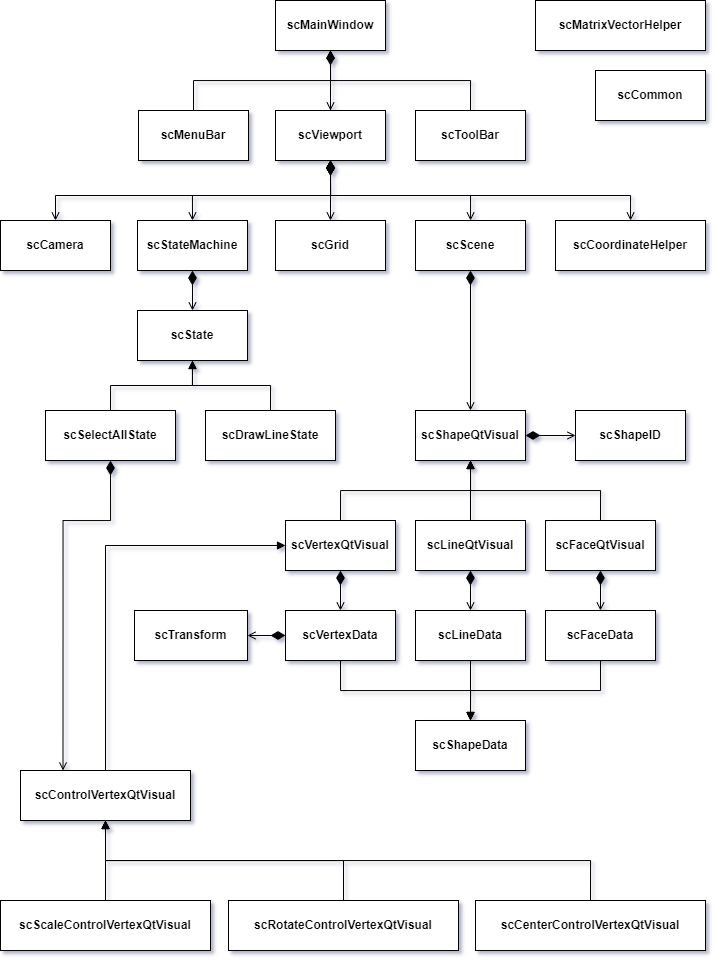
This is img/docs/scSimple2DCADClassDiagram.png from jakelee-zemotion/Simple2DCAD, a draw.io export, as it was before one commit. Source tidied: cells renumbered, new cells last; positions are measured from the earlier drawing's top-left corner, leaving out a move shared by most shapes. Its diagram source:
```xml
<mxGraphModel>
  <root>
    <mxCell id="0" />
    <mxCell id="1" parent="0" />
    <mxCell id="2" style="edgeStyle=orthogonalEdgeStyle;rounded=0;jettySize=auto;html=1;" parent="1" edge="1" source="8" target="10">
      <mxGeometry relative="1" as="geometry" />
    </mxCell>
    <mxCell id="3" style="edgeStyle=orthogonalEdgeStyle;rounded=0;jettySize=auto;html=1;exitX=0.5;exitY=1;exitDx=0;exitDy=0;entryX=0.5;entryY=0;entryDx=0;entryDy=0;endArrow=open;endFill=0;startArrow=diamondThin;startFill=1;endSize=6;startSize=12;" parent="1" edge="1" source="8" target="21">
      <mxGeometry relative="1" as="geometry" />
    </mxCell>
    <mxCell id="4" style="edgeStyle=orthogonalEdgeStyle;rounded=0;jettySize=auto;html=1;exitX=0.5;exitY=1;exitDx=0;exitDy=0;endArrow=open;endFill=0;startArrow=diamondThin;startFill=1;endSize=6;startSize=12;" parent="1" edge="1" source="8" target="20">
      <mxGeometry relative="1" as="geometry" />
    </mxCell>
    <mxCell id="5" style="edgeStyle=orthogonalEdgeStyle;rounded=0;jettySize=auto;html=1;exitX=0.5;exitY=1;exitDx=0;exitDy=0;endArrow=open;endFill=0;startArrow=diamondThin;startFill=1;endSize=6;startSize=12;" parent="1" edge="1" source="8" target="18">
      <mxGeometry relative="1" as="geometry" />
    </mxCell>
    <mxCell id="6" style="edgeStyle=orthogonalEdgeStyle;rounded=0;jettySize=auto;html=1;exitX=0.5;exitY=1;exitDx=0;exitDy=0;entryX=0.5;entryY=0;entryDx=0;entryDy=0;endArrow=open;endFill=0;startArrow=diamondThin;startFill=1;endSize=6;startSize=12;" parent="1" edge="1" source="8" target="17">
      <mxGeometry relative="1" as="geometry" />
    </mxCell>
    <mxCell id="7" style="edgeStyle=orthogonalEdgeStyle;rounded=0;jettySize=auto;html=1;exitX=0.5;exitY=1;exitDx=0;exitDy=0;entryX=0.5;entryY=0;entryDx=0;entryDy=0;endArrow=open;endFill=0;startArrow=diamondThin;startFill=1;endSize=6;startSize=12;" parent="1" edge="1" source="8" target="15">
      <mxGeometry relative="1" as="geometry" />
    </mxCell>
    <mxCell id="8" value="&lt;b&gt;scViewport&lt;/b&gt;" style="html=1;whiteSpace=wrap;" parent="1" vertex="1">
      <mxGeometry x="275" y="110" width="110" height="50" as="geometry" />
    </mxCell>
    <mxCell id="9" style="edgeStyle=orthogonalEdgeStyle;rounded=0;jettySize=auto;html=1;exitX=0.5;exitY=1;exitDx=0;exitDy=0;entryX=0.5;entryY=0;entryDx=0;entryDy=0;endArrow=open;endFill=0;startArrow=diamondThin;startFill=1;endSize=6;startSize=12;" parent="1" edge="1" source="10" target="8">
      <mxGeometry relative="1" as="geometry" />
    </mxCell>
    <mxCell id="10" value="&lt;b&gt;scMainWindow&lt;br&gt;&lt;/b&gt;" style="html=1;whiteSpace=wrap;" parent="1" vertex="1">
      <mxGeometry x="275" width="110" height="50" as="geometry" />
    </mxCell>
    <mxCell id="11" style="edgeStyle=orthogonalEdgeStyle;rounded=0;jettySize=auto;html=1;exitX=0.5;exitY=0;exitDx=0;exitDy=0;entryX=0.5;entryY=1;entryDx=0;entryDy=0;" parent="1" edge="1" source="12" target="10">
      <mxGeometry relative="1" as="geometry" />
    </mxCell>
    <mxCell id="12" value="&lt;b&gt;scMenuBar&lt;br&gt;&lt;/b&gt;" style="html=1;whiteSpace=wrap;" parent="1" vertex="1">
      <mxGeometry x="138" y="110" width="110" height="50" as="geometry" />
    </mxCell>
    <mxCell id="13" style="edgeStyle=orthogonalEdgeStyle;rounded=0;jettySize=auto;html=1;exitX=0.5;exitY=0;exitDx=0;exitDy=0;entryX=0.5;entryY=1;entryDx=0;entryDy=0;" parent="1" edge="1" source="14" target="10">
      <mxGeometry relative="1" as="geometry" />
    </mxCell>
    <mxCell id="14" value="&lt;b&gt;scToolBar&lt;br&gt;&lt;/b&gt;" style="html=1;whiteSpace=wrap;" parent="1" vertex="1">
      <mxGeometry x="415" y="110" width="110" height="50" as="geometry" />
    </mxCell>
    <mxCell id="15" value="&lt;b&gt;scCamera&lt;br&gt;&lt;/b&gt;" style="html=1;whiteSpace=wrap;" parent="1" vertex="1">
      <mxGeometry y="220" width="110" height="50" as="geometry" />
    </mxCell>
    <mxCell id="16" style="edgeStyle=orthogonalEdgeStyle;rounded=0;jettySize=auto;html=1;exitX=0.5;exitY=1;exitDx=0;exitDy=0;entryX=0.5;entryY=0;entryDx=0;entryDy=0;endArrow=open;endFill=0;startArrow=diamondThin;startFill=1;endSize=6;startSize=12;" parent="1" edge="1" source="17" target="23">
      <mxGeometry relative="1" as="geometry" />
    </mxCell>
    <mxCell id="17" value="&lt;b&gt;scStateMachine&lt;br&gt;&lt;/b&gt;" style="html=1;whiteSpace=wrap;" parent="1" vertex="1">
      <mxGeometry x="137" y="220" width="110" height="50" as="geometry" />
    </mxCell>
    <mxCell id="18" value="&lt;b&gt;scCoordinateHelper&lt;br&gt;&lt;/b&gt;" style="html=1;whiteSpace=wrap;" parent="1" vertex="1">
      <mxGeometry x="555" y="220" width="150" height="50" as="geometry" />
    </mxCell>
    <mxCell id="19" style="edgeStyle=orthogonalEdgeStyle;rounded=0;jettySize=auto;html=1;exitX=0.5;exitY=1;exitDx=0;exitDy=0;entryX=0.5;entryY=0;entryDx=0;entryDy=0;endArrow=open;endFill=0;startArrow=diamondThin;startFill=1;endSize=6;startSize=12;" parent="1" edge="1" source="20" target="38">
      <mxGeometry relative="1" as="geometry" />
    </mxCell>
    <mxCell id="20" value="&lt;b&gt;scScene&lt;br&gt;&lt;/b&gt;" style="html=1;whiteSpace=wrap;" parent="1" vertex="1">
      <mxGeometry x="415" y="220" width="110" height="50" as="geometry" />
    </mxCell>
    <mxCell id="21" value="&lt;b&gt;scGrid&lt;br&gt;&lt;/b&gt;" style="html=1;whiteSpace=wrap;" parent="1" vertex="1">
      <mxGeometry x="275" y="220" width="110" height="50" as="geometry" />
    </mxCell>
    <mxCell id="22" value="&lt;b&gt;scShapeID&lt;br&gt;&lt;/b&gt;" style="html=1;whiteSpace=wrap;" parent="1" vertex="1">
      <mxGeometry x="575" y="410" width="110" height="50" as="geometry" />
    </mxCell>
    <mxCell id="23" value="&lt;b&gt;scState&lt;br&gt;&lt;/b&gt;" style="html=1;whiteSpace=wrap;" parent="1" vertex="1">
      <mxGeometry x="137" y="310" width="110" height="50" as="geometry" />
    </mxCell>
    <mxCell id="24" style="edgeStyle=orthogonalEdgeStyle;rounded=0;jettySize=auto;html=1;exitX=0.5;exitY=0;exitDx=0;exitDy=0;endArrow=block;endFill=1;entryX=0.5;entryY=1;entryDx=0;entryDy=0;" parent="1" edge="1" source="25" target="23">
      <mxGeometry relative="1" as="geometry" />
    </mxCell>
    <mxCell id="25" value="&lt;b&gt;scDrawLineState&lt;br&gt;&lt;/b&gt;" style="html=1;whiteSpace=wrap;" parent="1" vertex="1">
      <mxGeometry x="205" y="410" width="130" height="50" as="geometry" />
    </mxCell>
    <mxCell id="26" style="edgeStyle=orthogonalEdgeStyle;rounded=0;jettySize=auto;html=1;exitX=0.5;exitY=0;exitDx=0;exitDy=0;entryX=0.5;entryY=1;entryDx=0;entryDy=0;endArrow=block;endFill=1;" parent="1" edge="1" source="28" target="23">
      <mxGeometry relative="1" as="geometry" />
    </mxCell>
    <mxCell id="27" style="edgeStyle=orthogonalEdgeStyle;rounded=0;jettySize=auto;html=1;exitX=0.5;exitY=1;exitDx=0;exitDy=0;entryX=0.25;entryY=0;entryDx=0;entryDy=0;endArrow=open;endFill=0;startArrow=diamondThin;startFill=1;endSize=6;startSize=12;" parent="1" edge="1" source="28" target="46">
      <mxGeometry relative="1" as="geometry">
        <Array as="points">
          <mxPoint x="110" y="520" />
          <mxPoint x="63" y="520" />
        </Array>
      </mxGeometry>
    </mxCell>
    <mxCell id="28" value="&lt;b&gt;scSelectAllState&lt;br&gt;&lt;/b&gt;" style="html=1;whiteSpace=wrap;" parent="1" vertex="1">
      <mxGeometry x="45" y="410" width="130" height="50" as="geometry" />
    </mxCell>
    <mxCell id="29" value="&lt;b&gt;scShapeData&lt;br&gt;&lt;/b&gt;" style="html=1;whiteSpace=wrap;" parent="1" vertex="1">
      <mxGeometry x="415" y="720" width="110" height="50" as="geometry" />
    </mxCell>
    <mxCell id="30" style="edgeStyle=orthogonalEdgeStyle;rounded=0;jettySize=auto;html=1;exitX=0.5;exitY=1;exitDx=0;exitDy=0;entryX=0.5;entryY=0;entryDx=0;entryDy=0;endArrow=block;endFill=1;" parent="1" edge="1" source="32" target="29">
      <mxGeometry relative="1" as="geometry" />
    </mxCell>
    <mxCell id="31" style="edgeStyle=orthogonalEdgeStyle;rounded=0;jettySize=auto;html=1;exitX=0;exitY=0.5;exitDx=0;exitDy=0;entryX=1;entryY=0.5;entryDx=0;entryDy=0;endArrow=open;endFill=0;startArrow=diamondThin;startFill=1;endSize=6;startSize=12;" parent="1" edge="1" source="32" target="53">
      <mxGeometry relative="1" as="geometry" />
    </mxCell>
    <mxCell id="32" value="&lt;b&gt;scVertexData&lt;br&gt;&lt;/b&gt;" style="html=1;whiteSpace=wrap;" parent="1" vertex="1">
      <mxGeometry x="285" y="610" width="110" height="50" as="geometry" />
    </mxCell>
    <mxCell id="33" style="edgeStyle=orthogonalEdgeStyle;rounded=0;jettySize=auto;html=1;exitX=0.5;exitY=1;exitDx=0;exitDy=0;entryX=0.5;entryY=0;entryDx=0;entryDy=0;endArrow=block;endFill=1;" parent="1" edge="1" source="34" target="29">
      <mxGeometry relative="1" as="geometry" />
    </mxCell>
    <mxCell id="34" value="&lt;b&gt;scLineData&lt;br&gt;&lt;/b&gt;" style="html=1;whiteSpace=wrap;" parent="1" vertex="1">
      <mxGeometry x="415" y="610" width="110" height="50" as="geometry" />
    </mxCell>
    <mxCell id="35" style="edgeStyle=orthogonalEdgeStyle;rounded=0;jettySize=auto;html=1;exitX=0.5;exitY=1;exitDx=0;exitDy=0;entryX=0.5;entryY=0;entryDx=0;entryDy=0;endArrow=block;endFill=1;" parent="1" edge="1" source="36" target="29">
      <mxGeometry relative="1" as="geometry">
        <Array as="points">
          <mxPoint x="600" y="690" />
          <mxPoint x="470" y="690" />
        </Array>
      </mxGeometry>
    </mxCell>
    <mxCell id="36" value="&lt;b&gt;scFaceData&lt;br&gt;&lt;/b&gt;" style="html=1;whiteSpace=wrap;" parent="1" vertex="1">
      <mxGeometry x="545" y="610" width="110" height="50" as="geometry" />
    </mxCell>
    <mxCell id="37" style="edgeStyle=orthogonalEdgeStyle;rounded=0;jettySize=auto;html=1;exitX=1;exitY=0.5;exitDx=0;exitDy=0;entryX=0;entryY=0.5;entryDx=0;entryDy=0;endArrow=open;endFill=0;startArrow=diamondThin;startFill=1;endSize=6;startSize=12;" parent="1" edge="1" source="38" target="22">
      <mxGeometry relative="1" as="geometry" />
    </mxCell>
    <mxCell id="38" value="&lt;b&gt;scShapeQtVisual&lt;br&gt;&lt;/b&gt;" style="html=1;whiteSpace=wrap;" parent="1" vertex="1">
      <mxGeometry x="415" y="410" width="110" height="50" as="geometry" />
    </mxCell>
    <mxCell id="39" style="edgeStyle=orthogonalEdgeStyle;rounded=0;jettySize=auto;html=1;exitX=0.5;exitY=0;exitDx=0;exitDy=0;entryX=0.5;entryY=1;entryDx=0;entryDy=0;endArrow=block;endFill=1;" parent="1" edge="1" source="41" target="38">
      <mxGeometry relative="1" as="geometry" />
    </mxCell>
    <mxCell id="40" style="edgeStyle=orthogonalEdgeStyle;rounded=0;jettySize=auto;html=1;exitX=0.5;exitY=1;exitDx=0;exitDy=0;entryX=0.5;entryY=0;entryDx=0;entryDy=0;endArrow=open;endFill=0;startArrow=diamondThin;startFill=1;endSize=6;startSize=12;" parent="1" edge="1" source="41" target="32">
      <mxGeometry relative="1" as="geometry" />
    </mxCell>
    <mxCell id="41" value="&lt;b&gt;scVertexQtVisual&lt;br&gt;&lt;/b&gt;" style="html=1;whiteSpace=wrap;" parent="1" vertex="1">
      <mxGeometry x="285" y="520" width="110" height="50" as="geometry" />
    </mxCell>
    <mxCell id="42" style="edgeStyle=orthogonalEdgeStyle;rounded=0;jettySize=auto;html=1;exitX=0.5;exitY=0;exitDx=0;exitDy=0;entryX=0.5;entryY=1;entryDx=0;entryDy=0;endArrow=block;endFill=1;" parent="1" edge="1" source="44" target="38">
      <mxGeometry relative="1" as="geometry" />
    </mxCell>
    <mxCell id="43" style="edgeStyle=orthogonalEdgeStyle;rounded=0;jettySize=auto;html=1;exitX=0.5;exitY=1;exitDx=0;exitDy=0;entryX=0.5;entryY=0;entryDx=0;entryDy=0;endArrow=open;endFill=0;startArrow=diamondThin;startFill=1;endSize=6;startSize=12;" parent="1" edge="1" source="44" target="36">
      <mxGeometry relative="1" as="geometry" />
    </mxCell>
    <mxCell id="44" value="&lt;b&gt;scFaceQtVisual&lt;br&gt;&lt;/b&gt;" style="html=1;whiteSpace=wrap;" parent="1" vertex="1">
      <mxGeometry x="545" y="520" width="110" height="50" as="geometry" />
    </mxCell>
    <mxCell id="45" style="edgeStyle=orthogonalEdgeStyle;rounded=0;jettySize=auto;html=1;exitX=0.5;exitY=0;exitDx=0;exitDy=0;entryX=0;entryY=0.5;entryDx=0;entryDy=0;endArrow=block;endFill=1;" parent="1" edge="1" source="46" target="41">
      <mxGeometry relative="1" as="geometry">
        <Array as="points">
          <mxPoint x="105" y="545" />
        </Array>
      </mxGeometry>
    </mxCell>
    <mxCell id="46" value="&lt;b&gt;scControlVertexQtVisual&lt;br&gt;&lt;/b&gt;" style="html=1;whiteSpace=wrap;" parent="1" vertex="1">
      <mxGeometry x="20" y="770" width="170" height="50" as="geometry" />
    </mxCell>
    <mxCell id="47" style="edgeStyle=orthogonalEdgeStyle;rounded=0;jettySize=auto;html=1;exitX=0.5;exitY=0;exitDx=0;exitDy=0;entryX=0.5;entryY=1;entryDx=0;entryDy=0;endArrow=block;endFill=1;" parent="1" edge="1" source="48" target="46">
      <mxGeometry relative="1" as="geometry" />
    </mxCell>
    <mxCell id="48" value="&lt;b&gt;scCenterControlVertexQtVisual&lt;br&gt;&lt;/b&gt;" style="html=1;whiteSpace=wrap;" parent="1" vertex="1">
      <mxGeometry x="475" y="900" width="230" height="50" as="geometry" />
    </mxCell>
    <mxCell id="49" style="edgeStyle=orthogonalEdgeStyle;rounded=0;jettySize=auto;html=1;exitX=0.5;exitY=0;exitDx=0;exitDy=0;entryX=0.5;entryY=1;entryDx=0;entryDy=0;endArrow=block;endFill=1;" parent="1" edge="1" source="50" target="46">
      <mxGeometry relative="1" as="geometry" />
    </mxCell>
    <mxCell id="50" value="&lt;b&gt;scRotateControlVertexQtVisual&lt;br&gt;&lt;/b&gt;" style="html=1;whiteSpace=wrap;" parent="1" vertex="1">
      <mxGeometry x="228" y="900" width="230" height="50" as="geometry" />
    </mxCell>
    <mxCell id="51" style="edgeStyle=orthogonalEdgeStyle;rounded=0;jettySize=auto;html=1;exitX=0.5;exitY=0;exitDx=0;exitDy=0;entryX=0.5;entryY=1;entryDx=0;entryDy=0;endArrow=block;endFill=1;" parent="1" edge="1" source="52" target="46">
      <mxGeometry relative="1" as="geometry">
        <Array as="points">
          <mxPoint x="105" y="850" />
          <mxPoint x="105" y="850" />
        </Array>
      </mxGeometry>
    </mxCell>
    <mxCell id="52" value="&lt;b&gt;scScaleControlVertexQtVisual&lt;br&gt;&lt;/b&gt;" style="html=1;whiteSpace=wrap;" parent="1" vertex="1">
      <mxGeometry y="900" width="210" height="50" as="geometry" />
    </mxCell>
    <mxCell id="53" value="&lt;b&gt;scTransform&lt;br&gt;&lt;/b&gt;" style="html=1;whiteSpace=wrap;" parent="1" vertex="1">
      <mxGeometry x="134" y="610" width="113" height="50" as="geometry" />
    </mxCell>
    <mxCell id="54" style="edgeStyle=orthogonalEdgeStyle;rounded=0;jettySize=auto;html=1;exitX=0.5;exitY=0;exitDx=0;exitDy=0;entryX=0.5;entryY=1;entryDx=0;entryDy=0;endArrow=block;endFill=1;" parent="1" edge="1" source="56" target="38">
      <mxGeometry relative="1" as="geometry" />
    </mxCell>
    <mxCell id="55" style="edgeStyle=orthogonalEdgeStyle;rounded=0;jettySize=auto;html=1;exitX=0.5;exitY=1;exitDx=0;exitDy=0;entryX=0.5;entryY=0;entryDx=0;entryDy=0;endArrow=open;endFill=0;startArrow=diamondThin;startFill=1;endSize=6;startSize=12;" parent="1" edge="1" source="56" target="34">
      <mxGeometry relative="1" as="geometry" />
    </mxCell>
    <mxCell id="56" value="&lt;b&gt;scLineQtVisual&lt;br&gt;&lt;/b&gt;" style="html=1;whiteSpace=wrap;" parent="1" vertex="1">
      <mxGeometry x="415" y="520" width="110" height="50" as="geometry" />
    </mxCell>
    <mxCell id="57" value="&lt;b&gt;scCommon&lt;br&gt;&lt;/b&gt;" style="html=1;whiteSpace=wrap;" parent="1" vertex="1">
      <mxGeometry x="595" y="70" width="110" height="50" as="geometry" />
    </mxCell>
    <mxCell id="58" value="&lt;b&gt;scMatrixVectorHelper&lt;br&gt;&lt;/b&gt;" style="html=1;whiteSpace=wrap;" parent="1" vertex="1">
      <mxGeometry x="535" width="170" height="50" as="geometry" />
    </mxCell>
  </root>
</mxGraphModel>
```
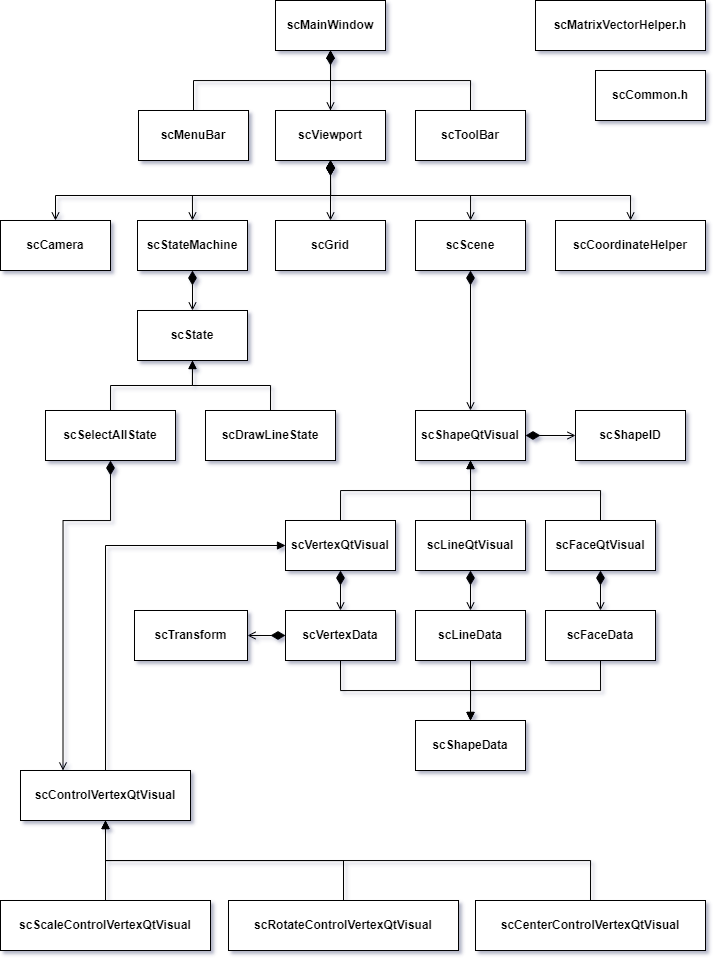
After the change.

Diff of the diagram source:
```diff
@@ -186,10 +186,10 @@
     <mxCell id="56" value="&lt;b&gt;scLineQtVisual&lt;br&gt;&lt;/b&gt;" style="html=1;whiteSpace=wrap;" parent="1" vertex="1">
       <mxGeometry x="415" y="520" width="110" height="50" as="geometry" />
     </mxCell>
-    <mxCell id="57" value="&lt;b&gt;scCommon&lt;br&gt;&lt;/b&gt;" style="html=1;whiteSpace=wrap;" parent="1" vertex="1">
+    <mxCell id="57" value="&lt;b&gt;scCommon.h&lt;br&gt;&lt;/b&gt;" style="html=1;whiteSpace=wrap;" parent="1" vertex="1">
       <mxGeometry x="595" y="70" width="110" height="50" as="geometry" />
     </mxCell>
-    <mxCell id="58" value="&lt;b&gt;scMatrixVectorHelper&lt;br&gt;&lt;/b&gt;" style="html=1;whiteSpace=wrap;" parent="1" vertex="1">
+    <mxCell id="58" value="&lt;b&gt;scMatrixVectorHelper.h&lt;br&gt;&lt;/b&gt;" style="html=1;whiteSpace=wrap;" parent="1" vertex="1">
       <mxGeometry x="535" width="170" height="50" as="geometry" />
     </mxCell>
   </root>
```
